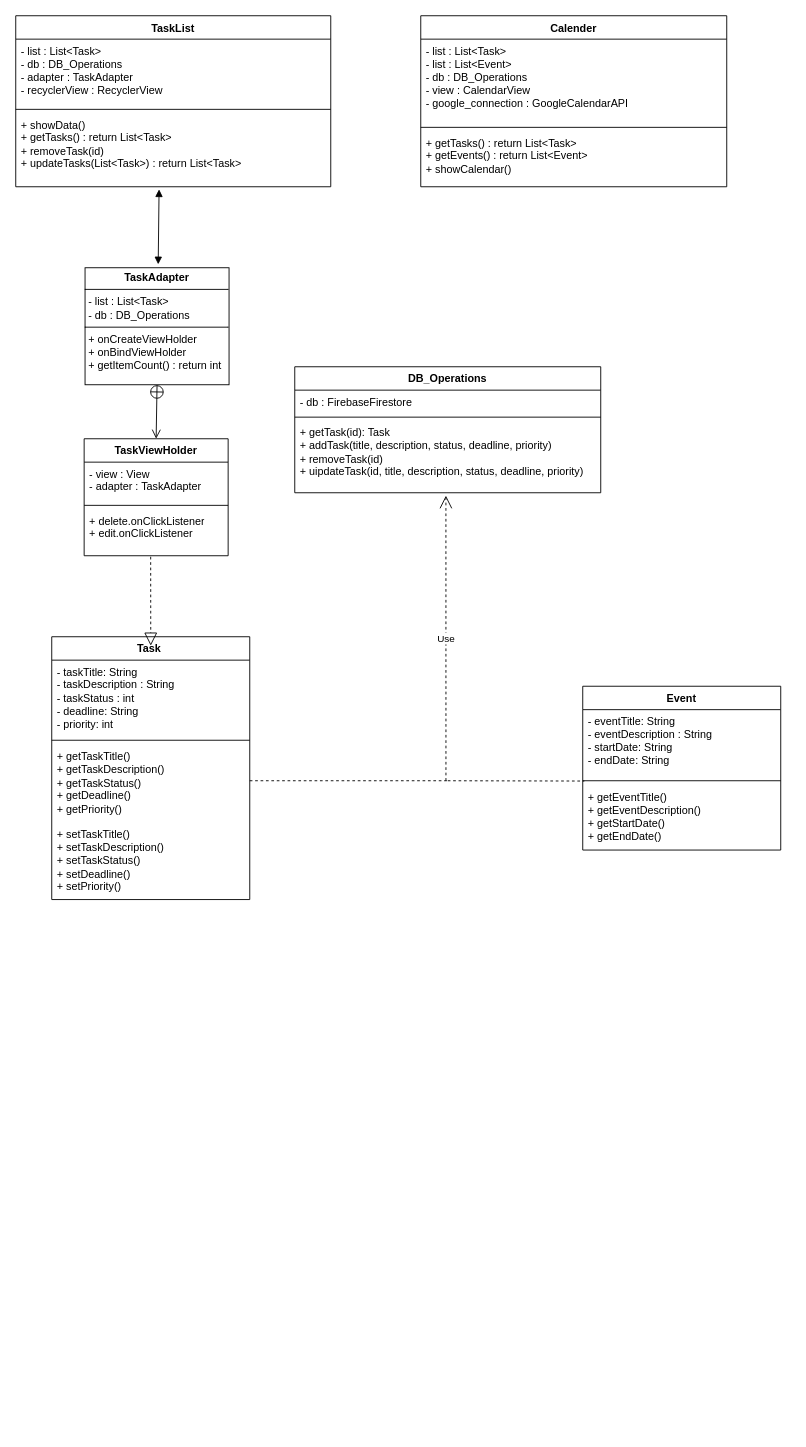
Earlier version of the draw.io diagram UML_edith.drawio (vancenceho/50.001---Information-Systems). Source tidied: cells renumbered, new cells numbered last; positions are measured from the earlier drawing's top-left corner, leaving out a move shared by most shapes. Both pictures are drawn from the tidied source at 90%, with x=0, y=0 at pixel (15, 15).
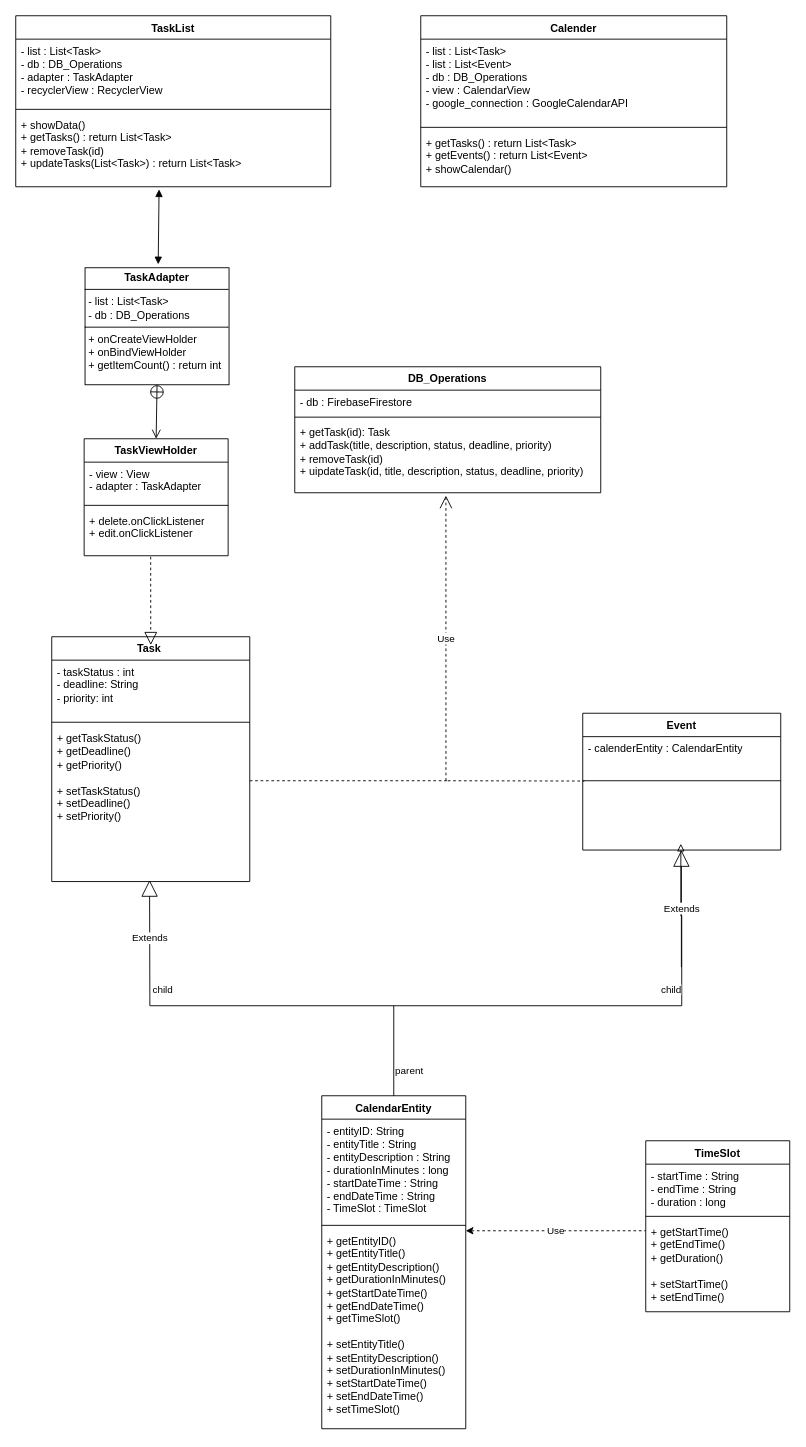
Above is the later version.

Commit message:
Update UML_edith - added CalendarEntity and TimeSlot.drawio

The edit, as a diff of the source:
```diff
@@
     <mxCell id="2" value="Task&amp;nbsp;" style="swimlane;fontStyle=1;align=center;verticalAlign=top;horizontal=1;startSize=26;whiteSpace=wrap;html=1;" parent="1" vertex="1">
-      <mxGeometry x="40" y="690" width="220" height="292" as="geometry" />
+      <mxGeometry x="40" y="690" width="220" height="272" as="geometry" />
     </mxCell>
-    <mxCell id="3" value="- taskTitle: String&lt;div&gt;- taskDescription : String&lt;/div&gt;&lt;div&gt;- taskStatus : int&lt;/div&gt;&lt;div&gt;- deadline: String&lt;/div&gt;&lt;div&gt;- priority: int&lt;/div&gt;" style="text;strokeColor=none;fillColor=none;align=left;verticalAlign=top;spacingLeft=4;spacingRight=4;overflow=hidden;whiteSpace=wrap;html=1;" parent="2" vertex="1">
-      <mxGeometry y="26" width="220" height="84" as="geometry" />
+    <mxCell id="3" value="&lt;div&gt;- taskStatus : int&lt;/div&gt;&lt;div&gt;- deadline: String&lt;/div&gt;&lt;div&gt;- priority: int&lt;/div&gt;" style="text;strokeColor=none;fillColor=none;align=left;verticalAlign=top;spacingLeft=4;spacingRight=4;overflow=hidden;whiteSpace=wrap;html=1;" parent="2" vertex="1">
+      <mxGeometry y="26" width="220" height="64" as="geometry" />
     </mxCell>
     <mxCell id="4" style="line;strokeWidth=1;fillColor=none;align=left;verticalAlign=middle;spacingTop=-1;spacingLeft=3;spacingRight=3;labelPosition=right;strokeColor=inherit;" parent="2" vertex="1">
-      <mxGeometry y="110" width="220" height="10" as="geometry" />
+      <mxGeometry y="90" width="220" height="10" as="geometry" />
     </mxCell>
-    <mxCell id="5" value="+ getTaskTitle()&lt;div&gt;+ getTaskDescription()&lt;/div&gt;&lt;div&gt;+ getTaskStatus()&lt;/div&gt;&lt;div&gt;+ getDeadline()&lt;/div&gt;&lt;div&gt;+ getPriority()&lt;/div&gt;&lt;div&gt;&lt;br&gt;&lt;/div&gt;&lt;div&gt;+ setTaskTitle()&lt;/div&gt;&lt;div&gt;+ setTaskDescription()&lt;/div&gt;&lt;div&gt;+ setTaskStatus()&lt;/div&gt;&lt;div&gt;+ setDeadline()&lt;/div&gt;&lt;div&gt;+ setPriority()&lt;/div&gt;" style="text;strokeColor=none;fillColor=none;align=left;verticalAlign=top;spacingLeft=4;spacingRight=4;overflow=hidden;points=[[0,0.5],[1,0.5]];portConstraint=eastwest;whiteSpace=wrap;html=1;" parent="2" vertex="1">
-      <mxGeometry y="120" width="220" height="172" as="geometry" />
+    <mxCell id="5" value="&lt;div&gt;&lt;span style=&quot;background-color: initial;&quot;&gt;+ getTaskStatus()&lt;/span&gt;&lt;br&gt;&lt;/div&gt;&lt;div&gt;+ getDeadline()&lt;/div&gt;&lt;div&gt;+ getPriority()&lt;/div&gt;&lt;div&gt;&lt;br&gt;&lt;/div&gt;&lt;div&gt;+ setTaskStatus()&lt;/div&gt;&lt;div&gt;+ setDeadline()&lt;/div&gt;&lt;div&gt;+ setPriority()&lt;/div&gt;" style="text;strokeColor=none;fillColor=none;align=left;verticalAlign=top;spacingLeft=4;spacingRight=4;overflow=hidden;points=[[0,0.5],[1,0.5]];portConstraint=eastwest;whiteSpace=wrap;html=1;" parent="2" vertex="1">
+      <mxGeometry y="100" width="220" height="172" as="geometry" />
     </mxCell>
     <mxCell id="6" value="Event" style="swimlane;fontStyle=1;align=center;verticalAlign=top;horizontal=1;startSize=26;whiteSpace=wrap;html=1;" parent="1" vertex="1">
-      <mxGeometry x="630" y="745" width="220" height="182" as="geometry" />
+      <mxGeometry x="630" y="775" width="220" height="152" as="geometry" />
     </mxCell>
-    <mxCell id="7" value="- eventTitle: String&lt;div&gt;- eventDescription : String&lt;/div&gt;&lt;div&gt;- startDate: String&lt;/div&gt;&lt;div&gt;- endDate: String&lt;/div&gt;" style="text;strokeColor=none;fillColor=none;align=left;verticalAlign=top;spacingLeft=4;spacingRight=4;overflow=hidden;whiteSpace=wrap;html=1;" parent="6" vertex="1">
-      <mxGeometry y="26" width="220" height="74" as="geometry" />
+    <mxCell id="7" value="- calenderEntity : CalendarEntity" style="text;strokeColor=none;fillColor=none;align=left;verticalAlign=top;spacingLeft=4;spacingRight=4;overflow=hidden;whiteSpace=wrap;html=1;" parent="6" vertex="1">
+      <mxGeometry y="26" width="220" height="44" as="geometry" />
     </mxCell>
     <mxCell id="8" style="line;strokeWidth=1;fillColor=none;align=left;verticalAlign=middle;spacingTop=-1;spacingLeft=3;spacingRight=3;labelPosition=right;points=[];portConstraint=eastwest;strokeColor=inherit;" parent="6" vertex="1">
-      <mxGeometry y="100" width="220" height="10" as="geometry" />
+      <mxGeometry y="70" width="220" height="10" as="geometry" />
     </mxCell>
-    <mxCell id="9" value="+ getEventTitle()&lt;div&gt;+ getEvent&lt;span style=&quot;background-color: initial;&quot;&gt;Description()&lt;/span&gt;&lt;/div&gt;&lt;div&gt;+ getStartDate()&lt;/div&gt;&lt;div&gt;+ getEndDate()&lt;/div&gt;&lt;div&gt;&lt;br&gt;&lt;/div&gt;" style="text;strokeColor=none;fillColor=none;align=left;verticalAlign=top;spacingLeft=4;spacingRight=4;overflow=hidden;whiteSpace=wrap;html=1;" parent="6" vertex="1">
-      <mxGeometry y="110" width="220" height="72" as="geometry" />
+    <mxCell id="9" value="&lt;br&gt;&lt;div&gt;&lt;br&gt;&lt;/div&gt;" style="text;strokeColor=none;fillColor=none;align=left;verticalAlign=top;spacingLeft=4;spacingRight=4;overflow=hidden;whiteSpace=wrap;html=1;" parent="6" vertex="1">
+      <mxGeometry y="80" width="220" height="72" as="geometry" />
     </mxCell>
@@
+    <mxCell id="33" value="CalendarEntity" style="swimlane;fontStyle=1;align=center;verticalAlign=top;horizontal=1;startSize=26;whiteSpace=wrap;html=1;" parent="1" vertex="1">
+      <mxGeometry x="340" y="1200" width="160" height="370" as="geometry" />
+    </mxCell>
+    <mxCell id="34" value="- entityID: String&lt;div&gt;- entityTitle : String&lt;/div&gt;&lt;div&gt;- entityDescription : String&lt;/div&gt;&lt;div&gt;- durationInMinutes : long&lt;/div&gt;&lt;div&gt;- startDateTime : String&lt;/div&gt;&lt;div&gt;- endDateTime : String&lt;/div&gt;&lt;div&gt;- TimeSlot : TimeSlot&lt;/div&gt;" style="text;strokeColor=none;fillColor=none;align=left;verticalAlign=top;spacingLeft=4;spacingRight=4;overflow=hidden;whiteSpace=wrap;html=1;" parent="33" vertex="1">
+      <mxGeometry y="26" width="160" height="114" as="geometry" />
+    </mxCell>
+    <mxCell id="35" style="line;strokeWidth=1;fillColor=none;align=left;verticalAlign=middle;spacingTop=-1;spacingLeft=3;spacingRight=3;labelPosition=right;strokeColor=inherit;" parent="33" vertex="1">
+      <mxGeometry y="140" width="160" height="8" as="geometry" />
+    </mxCell>
+    <mxCell id="36" value="+ getEntityID()&lt;div&gt;+ getEntityTitle()&lt;/div&gt;&lt;div&gt;+ getEntityDescription()&lt;/div&gt;&lt;div&gt;+ getD&lt;span style=&quot;background-color: initial;&quot;&gt;urationInMinutes&lt;/span&gt;&lt;span style=&quot;background-color: initial;&quot;&gt;()&amp;nbsp;&lt;/span&gt;&lt;/div&gt;&lt;div&gt;+ getStartDateTime()&lt;/div&gt;&lt;div&gt;+ getEndDateTime()&lt;/div&gt;&lt;div&gt;+ getTimeSlot()&lt;/div&gt;&lt;div&gt;&lt;br&gt;&lt;/div&gt;&lt;div&gt;+&amp;nbsp;&lt;span style=&quot;background-color: initial;&quot;&gt;setEntityTitle()&lt;/span&gt;&lt;/div&gt;&lt;div&gt;+ setEntityDescription()&lt;/div&gt;&lt;div&gt;+ setDurationInMinutes()&lt;/div&gt;&lt;div&gt;+ setStartDateTime()&lt;/div&gt;&lt;div&gt;+ setEndDateTime()&lt;/div&gt;&lt;div&gt;+ setTimeSlot()&lt;/div&gt;" style="text;strokeColor=none;fillColor=none;align=left;verticalAlign=top;spacingLeft=4;spacingRight=4;overflow=hidden;whiteSpace=wrap;html=1;" parent="33" vertex="1">
+      <mxGeometry y="148" width="160" height="222" as="geometry" />
+    </mxCell>
+    <mxCell id="37" value="Extends" style="endArrow=block;endSize=16;endFill=0;html=1;rounded=0;entryX=0.494;entryY=0.99;entryDx=0;entryDy=0;entryPerimeter=0;" parent="1" edge="1" target="5">
+      <mxGeometry relative="1" as="geometry">
+        <mxPoint x="149" y="1090" as="sourcePoint" />
+      </mxGeometry>
+    </mxCell>
+    <mxCell id="38" style="endArrow=block;html=1;edgeStyle=orthogonalEdgeStyle;rounded=0;endFill=0;" parent="1" edge="1">
+      <mxGeometry relative="1" as="geometry">
+        <mxPoint x="149" y="1090" as="sourcePoint" />
+        <mxPoint x="739" y="920" as="targetPoint" />
+        <Array as="points">
+          <mxPoint x="149" y="1100" />
+          <mxPoint x="740" y="1100" />
+          <mxPoint x="740" y="1000" />
+          <mxPoint x="739" y="1000" />
+        </Array>
+      </mxGeometry>
+    </mxCell>
+    <mxCell id="39" value="parent" style="edgeLabel;html=1;align=left;verticalAlign=bottom;" parent="38" vertex="1">
+      <mxGeometry x="-1" relative="1" as="geometry">
+        <mxPoint x="271" y="90" as="offset" />
+      </mxGeometry>
+    </mxCell>
+    <mxCell id="40" value="child" style="edgeLabel;html=1;align=right;verticalAlign=bottom;" parent="38" vertex="1">
+      <mxGeometry x="1" relative="1" as="geometry">
+        <mxPoint x="1" y="170" as="offset" />
+      </mxGeometry>
+    </mxCell>
+    <mxCell id="41" style="endArrow=none;endFill=0;endSize=24;html=1;rounded=0;entryX=0.5;entryY=0;entryDx=0;entryDy=0;" parent="1" edge="1" target="33">
+      <mxGeometry relative="1" as="geometry">
+        <mxPoint x="420" y="1100" as="sourcePoint" />
+      </mxGeometry>
+    </mxCell>
+    <mxCell id="42" value="child" style="edgeLabel;html=1;align=right;verticalAlign=bottom;" parent="1" vertex="1">
+      <mxGeometry x="175" y="1090" as="geometry" />
+    </mxCell>
+    <mxCell id="43" value="Extends" style="endArrow=block;endSize=16;endFill=0;html=1;rounded=0;entryX=0.494;entryY=0.99;entryDx=0;entryDy=0;entryPerimeter=0;" parent="1" edge="1">
+      <mxGeometry relative="1" as="geometry">
+        <mxPoint x="739.6" y="1057" as="sourcePoint" />
+        <mxPoint x="739.6" y="927" as="targetPoint" />
+      </mxGeometry>
+    </mxCell>
+    <mxCell id="44" value="TimeSlot" style="swimlane;fontStyle=1;align=center;verticalAlign=top;horizontal=1;startSize=26;whiteSpace=wrap;html=1;" parent="1" vertex="1">
+      <mxGeometry x="700" y="1250" width="160" height="190" as="geometry" />
+    </mxCell>
+    <mxCell id="45" value="- startTime : String&lt;div&gt;- endTime : String&lt;/div&gt;&lt;div&gt;- duration : long&amp;nbsp;&lt;/div&gt;" style="text;strokeColor=none;fillColor=none;align=left;verticalAlign=top;spacingLeft=4;spacingRight=4;overflow=hidden;whiteSpace=wrap;html=1;" parent="44" vertex="1">
+      <mxGeometry y="26" width="160" height="54" as="geometry" />
+    </mxCell>
+    <mxCell id="46" style="line;strokeWidth=1;fillColor=none;align=left;verticalAlign=middle;spacingTop=-1;spacingLeft=3;spacingRight=3;labelPosition=right;strokeColor=inherit;" parent="44" vertex="1">
+      <mxGeometry y="80" width="160" height="8" as="geometry" />
+    </mxCell>
+    <mxCell id="47" value="&lt;div&gt;+ getStartTime()&lt;/div&gt;&lt;div&gt;+ getEndTime()&lt;/div&gt;&lt;div&gt;+ getDuration()&lt;/div&gt;&lt;div&gt;&lt;br&gt;&lt;/div&gt;&lt;div&gt;+ setStartTime()&lt;/div&gt;&lt;div&gt;+ setEndTime()&lt;/div&gt;" style="text;strokeColor=none;fillColor=none;align=left;verticalAlign=top;spacingLeft=4;spacingRight=4;overflow=hidden;whiteSpace=wrap;html=1;" parent="44" vertex="1">
+      <mxGeometry y="88" width="160" height="102" as="geometry" />
+    </mxCell>
+    <mxCell id="48" value="Use" style="endArrow=none;endSize=12;dashed=1;html=1;rounded=0;endFill=0;startArrow=classic;startFill=1;" parent="1" edge="1">
+      <mxGeometry relative="1" as="geometry">
+        <mxPoint x="500" y="1350" as="sourcePoint" />
+        <mxPoint x="700" y="1350" as="targetPoint" />
+      </mxGeometry>
+    </mxCell>
```
